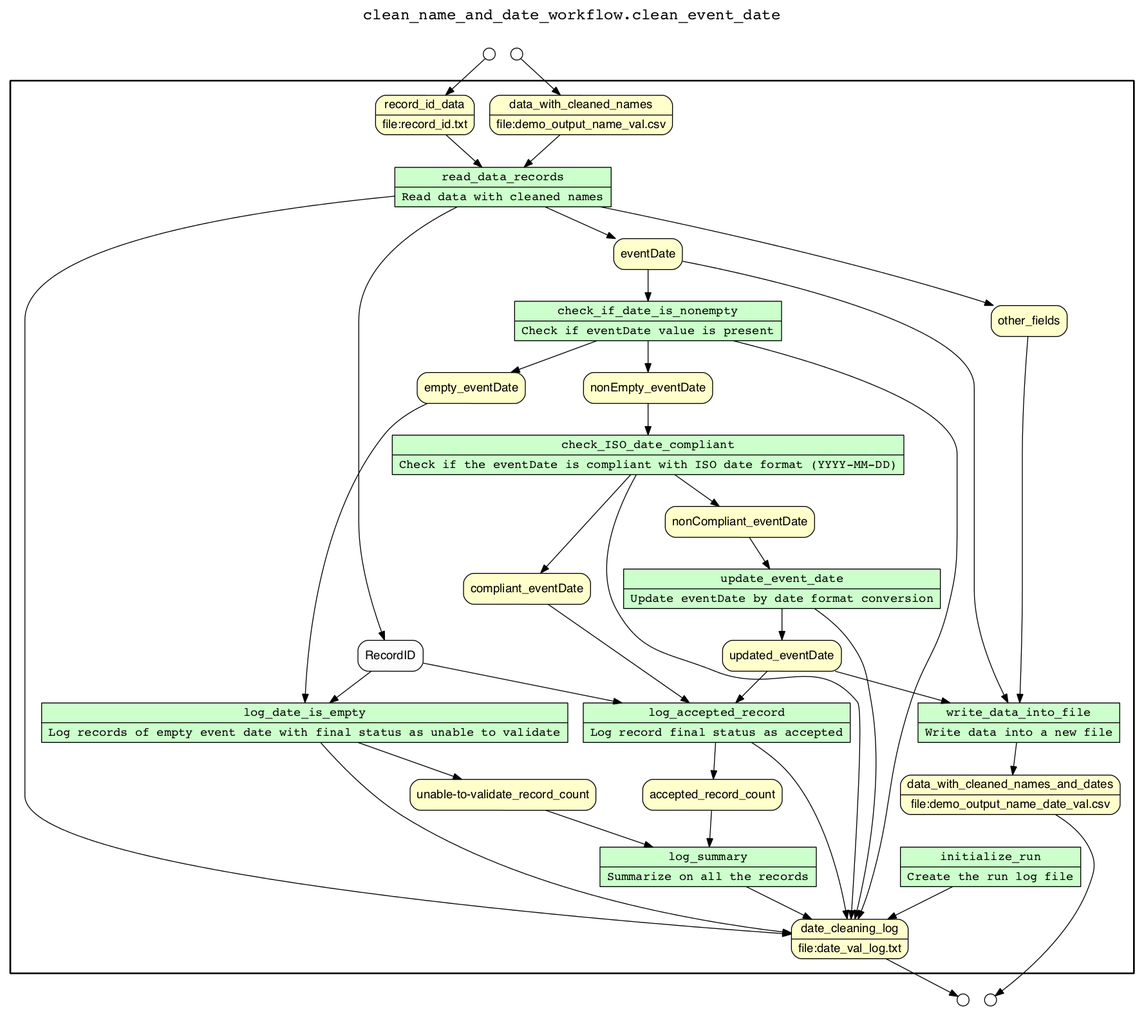
This is examples/clean_name_date/yw/subgraph_date_val.png from ludaesch/kurator-YW, a Graphviz export, as it was before one commit. Its source is kept beside it as examples/clean_name_date/yw/subgraph_date_val.gv.
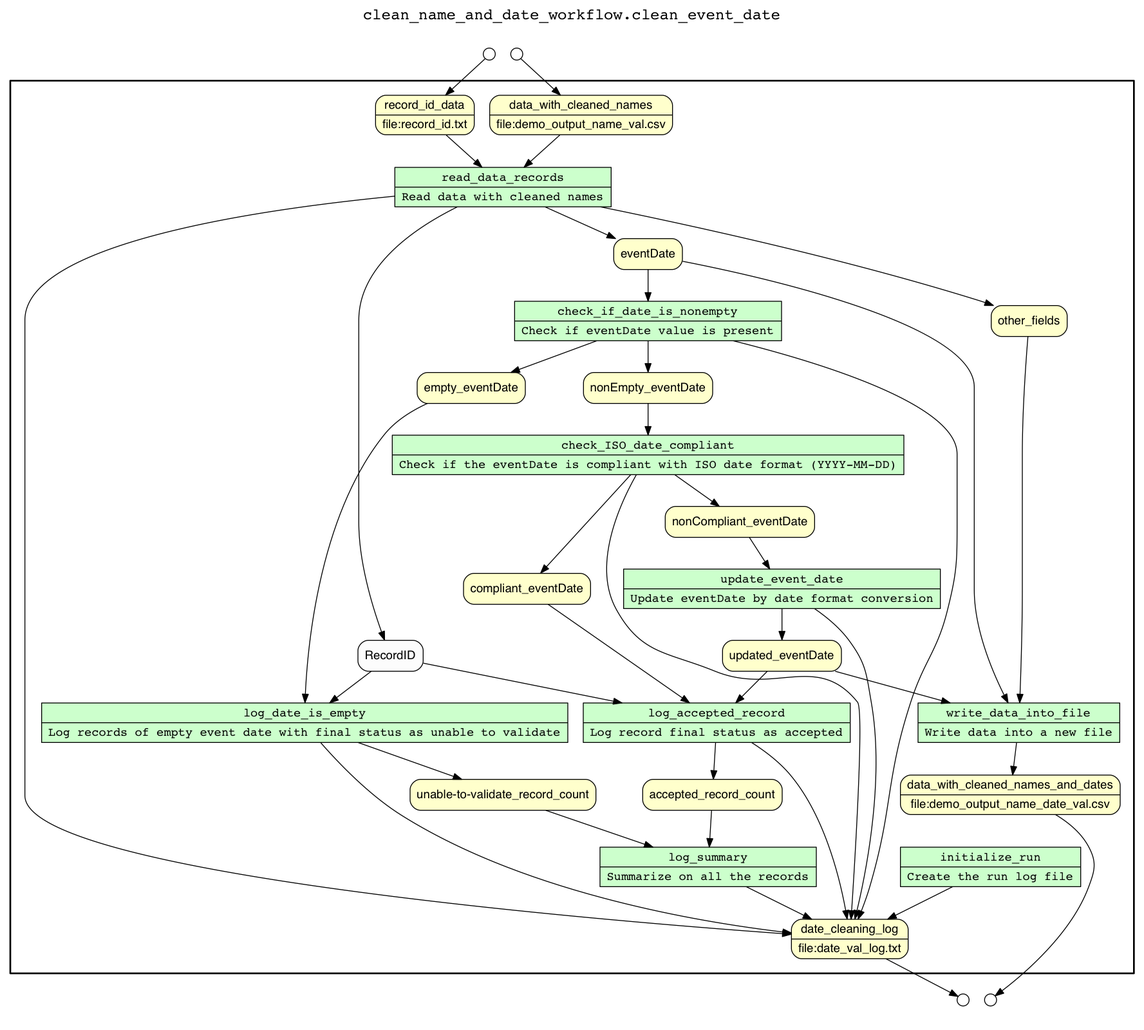
The same diagram one commit later.

Change to the diagram source:
```diff
@@ -1,372 +1,127 @@
+/* Start of top-level graph */
 digraph Workflow {
-	graph [bb="0,0,1325,1192",
-		fontname=Courier,
-		fontsize=18,
-		imagepath="/Users/zqian1/Documents/GitHub/kurator-YW/yw_log-parsing_mannual_DLV_SQL/examples/clean_name_date/yw",
-		label="clean_name_and_date_workflow.clean_event_date",
-		labelloc=t,
-		lheight=0.28,
-		lp="662.5,1178",
-		lwidth=6.76,
-		rankdir=TB
-	];
-	node [label="\N"];
-	subgraph cluster_workflow_box_outer {
-		graph [bb="8,62,1317,1102",
-			color=black,
-			label="",
-			penwidth=2
-		];
-		subgraph cluster_workflow_box_inner {
-			graph [bb="16,70,1309,1094",
-				color=white,
-				label=""
-			];
-			node [fillcolor="#FCFCFC",
-				fontname=Helvetica,
-				peripheries=1,
-				shape=box,
-				style="rounded,filled"
-			];
-			initialize_run			 [fillcolor="#CCFFCC",
-				fontname=Courier,
-				height=0.65278,
-				label="{<f0> initialize_run |<f1> Create the run log file}",
-				peripheries=1,
-				pos="1150,186",
-				rankdir=LR,
-				rects="1045,186,1255,209 1045,163,1255,186",
-				shape=record,
-				style=filled,
-				width=2.9167];
-			date_cleaning_log			 [fillcolor="#FFFFCC",
-				fontname=Helvetica,
-				height=0.65278,
-				label="{<f0> date_cleaning_log |<f1> file\:date_val_log.txt}",
-				peripheries=1,
-				pos="986,102",
-				rankdir=LR,
-				rects="918,102,1054,125 918,79,1054,102",
-				shape=record,
-				style="rounded,filled",
-				width=1.8889];
-			initialize_run -> date_cleaning_log			 [pos="e,1030.1,125.07 1105.6,162.81 1085.1,152.56 1060.6,140.3 1039.1,129.57"];
-			read_data_records			 [fillcolor="#CCFFCC",
-				fontname=Courier,
-				height=0.65278,
-				label="{<f0> read_data_records |<f1> Read data with cleaned names}",
-				peripheries=1,
-				pos="582,978",
-				rankdir=LR,
-				rects="456,978,708,1001 456,955,708,978",
-				shape=record,
-				style=filled,
-				width=3.5];
-			read_data_records -> date_cleaning_log			 [pos="e,917.66,107.57 455.96,967.46 291.65,951.48 25,911.85 25,823 25,823 25,823 25,269 25,179.69 677.89,124.83 907.38,108.3"];
-			eventDate			 [fillcolor="#FFFFCC",
-				fontname=Helvetica,
-				height=0.5,
-				peripheries=1,
-				pos="751,900",
-				shape=box,
-				style="rounded,filled",
-				width=1.1111];
-			read_data_records -> eventDate			 [pos="e,713.16,918.02 631.34,954.81 654.18,944.54 681.2,932.39 703.78,922.23"];
-			other_fields			 [fillcolor="#FFFFCC",
-				fontname=Helvetica,
-				height=0.5,
-				peripheries=1,
-				pos="1195,822",
-				shape=box,
-				style="rounded,filled",
-				width=1.2292];
-			read_data_records -> other_fields			 [pos="e,1153.4,840.06 695.72,954.96 808.59,931.95 985.97,892.73 1136,846 1138.6,845.2 1141.2,844.34 1143.8,843.45"];
-			RecordID			 [fillcolor="#FCFCFC",
-				fontname=Helvetica,
-				height=0.5,
-				peripheries=1,
-				pos="451,432",
-				shape=box,
-				style="rounded,filled",
-				width=1.0556];
-			read_data_records -> RecordID			 [pos="e,444.04,450.23 528.84,954.98 479.62,930.64 414,886.31 414,823 414,823 414,823 414,587 414,541.3 429.6,490.02 440.54,459.68"];
-			check_if_date_is_nonempty			 [fillcolor="#CCFFCC",
-				fontname=Courier,
-				height=0.65278,
-				label="{<f0> check_if_date_is_nonempty |<f1> Check if eventDate value is present}",
-				peripheries=1,
-				pos="751,822",
-				rankdir=LR,
-				rects="595.5,822,906.5,845 595.5,799,906.5,822",
-				shape=record,
-				style=filled,
-				width=4.3125];
-			check_if_date_is_nonempty -> date_cleaning_log			 [pos="e,995.65,125.1 850.32,798.92 956.88,772.29 1111,723.93 1111,667 1111,667 1111,667 1111,587 1111,541.85 1110.9,529.82 1100,486 1087.5,\
-435.86 1072.9,427.17 1057,378 1026.8,284.4 1036.8,256.33 1009,162 1006.3,152.96 1002.9,143.36 999.45,134.58"];
-			empty_eventDate			 [fillcolor="#FFFFCC",
-				fontname=Helvetica,
-				height=0.5,
-				peripheries=1,
-				pos="545,744",
-				shape=box,
-				style="rounded,filled",
-				width=1.75];
-			check_if_date_is_nonempty -> empty_eventDate			 [pos="e,591.24,762.06 691.14,798.92 662.66,788.41 628.81,775.92 600.86,765.61"];
-			nonEmpty_eventDate			 [fillcolor="#FFFFCC",
-				fontname=Helvetica,
-				height=0.5,
-				peripheries=1,
-				pos="751,744",
-				shape=box,
-				style="rounded,filled",
-				width=2.0903];
-			check_if_date_is_nonempty -> nonEmpty_eventDate			 [pos="e,751,762.41 751,798.61 751,790.48 751,781.2 751,772.67"];
-			log_date_is_empty			 [fillcolor="#CCFFCC",
-				fontname=Courier,
-				height=0.65278,
-				label="{<f0> log_date_is_empty |<f1> Log records of empty event date with final status as unable to validate}",
-				peripheries=1,
-				pos="351,354",
-				rankdir=LR,
-				rects="44.5,354,657.5,377 44.5,331,657.5,354",
-				shape=record,
-				style=filled,
-				width=8.5069];
-			log_date_is_empty -> date_cleaning_log			 [pos="e,917.98,109.02 369.75,330.59 390.64,306.83 426.46,269.53 464,246 604.95,157.65 800.6,123.11 907.88,110.2"];
-			"unable-to-validate_record_count"			 [fillcolor="#FFFFCC",
-				fontname=Helvetica,
-				height=0.5,
-				peripheries=1,
-				pos="582,270",
-				shape=box,
-				style="rounded,filled",
-				width=3.0069];
-			log_date_is_empty -> "unable-to-validate_record_count"			 [pos="e,533.97,288.05 413.21,330.92 447.75,318.66 490.43,303.5 524.24,291.5"];
-			check_ISO_date_compliant			 [fillcolor="#CCFFCC",
-				fontname=Courier,
-				height=0.65278,
-				label="{<f0> check_ISO_date_compliant |<f1> Check if the eventDate is compliant with ISO date format (YYYY-MM-DD)}",
-				peripheries=1,
-				pos="751,666",
-				rankdir=LR,
-				rects="453,666,1049,689 453,643,1049,666",
-				shape=record,
-				style=filled,
-				width=8.2778];
-			check_ISO_date_compliant -> date_cleaning_log			 [pos="e,987.5,125.05 737.32,642.9 717.38,607.59 685.64,537.22 714,486 743.21,433.25 773.15,436.73 829,414 898.92,385.55 947.61,436.77 \
-995,378 1002.5,368.69 992.76,205.73 988.16,135.15"];
-			nonCompliant_eventDate			 [fillcolor="#FFFFCC",
-				fontname=Helvetica,
-				height=0.5,
-				peripheries=1,
-				pos="858,588",
-				shape=box,
-				style="rounded,filled",
-				width=2.4167];
-			check_ISO_date_compliant -> nonCompliant_eventDate			 [pos="e,834.04,606.02 782.24,642.81 795.93,633.09 811.98,621.68 825.78,611.88"];
-			compliant_eventDate			 [fillcolor="#FFFFCC",
-				fontname=Helvetica,
-				height=0.5,
-				peripheries=1,
-				pos="610,510",
-				shape=box,
-				style="rounded,filled",
-				width=2.0556];
-			check_ISO_date_compliant -> compliant_eventDate			 [pos="e,625.8,528.26 730.8,642.94 704.79,614.53 659.74,565.33 632.62,535.7"];
-			update_event_date			 [fillcolor="#CCFFCC",
-				fontname=Courier,
-				height=0.65278,
-				label="{<f0> update_event_date |<f1> Update eventDate by date format conversion}",
-				peripheries=1,
-				pos="907,510",
-				rankdir=LR,
-				rects="722.5,510,1091.5,533 722.5,487,1091.5,510",
-				shape=record,
-				style=filled,
-				width=5.1181];
-			update_event_date -> date_cleaning_log			 [pos="e,991.97,125.26 944.96,486.89 959.12,477.1 974.33,464.49 985,450 1005.2,422.61 1005.1,411.51 1011,378 1026.2,290.97 1006.6,186.72 \
-994.37,135.15"];
-			updated_eventDate			 [fillcolor="#FFFFCC",
-				fontname=Helvetica,
-				height=0.5,
-				peripheries=1,
-				pos="907,432",
-				shape=box,
-				style="rounded,filled",
-				width=1.9236];
-			update_event_date -> updated_eventDate			 [pos="e,907,450.41 907,486.61 907,478.48 907,469.2 907,460.67"];
-			log_accepted_record			 [fillcolor="#CCFFCC",
-				fontname=Courier,
-				height=0.65278,
-				label="{<f0> log_accepted_record |<f1> Log record final status as accepted}",
-				peripheries=1,
-				pos="831,354",
-				rankdir=LR,
-				rects="675.5,354,986.5,377 675.5,331,986.5,354",
-				shape=record,
-				style=filled,
-				width=4.3125];
-			log_accepted_record -> date_cleaning_log			 [pos="e,982.96,125.25 871.65,330.92 886.98,321.12 903.67,308.51 916,294 955.65,247.33 973.7,176.25 981.22,135.24"];
-			accepted_record_count			 [fillcolor="#FFFFCC",
-				fontname=Helvetica,
-				height=0.5,
-				peripheries=1,
-				pos="826,270",
-				shape=box,
-				style="rounded,filled",
-				width=2.2569];
-			log_accepted_record -> accepted_record_count			 [pos="e,827.05,288.18 829.63,330.59 829.03,320.67 828.31,308.9 827.67,298.45"];
-			write_data_into_file			 [fillcolor="#CCFFCC",
-				fontname=Courier,
-				height=0.65278,
-				label="{<f0> write_data_into_file |<f1> Write data into a new file}",
-				peripheries=1,
-				pos="1183,354",
-				rankdir=LR,
-				rects="1065.5,354,1300.5,377 1065.5,331,1300.5,354",
-				shape=record,
-				style=filled,
-				width=3.2569];
-			data_with_cleaned_names_and_dates			 [fillcolor="#FFFFCC",
-				fontname=Helvetica,
-				height=0.65278,
-				label="{<f0> data_with_cleaned_names_and_dates |<f1> file\:demo_output_name_date_val.csv}",
-				peripheries=1,
-				pos="1173,270",
-				rankdir=LR,
-				rects="1045,270,1301,293 1045,247,1301,270",
-				shape=record,
-				style="rounded,filled",
-				width=3.5556];
-			write_data_into_file -> data_with_cleaned_names_and_dates			 [pos="e,1175.7,293.1 1180.3,330.59 1179.2,322.12 1178,312.3 1176.9,303.1"];
-			log_summary			 [fillcolor="#CCFFCC",
-				fontname=Courier,
-				height=0.65278,
-				label="{<f0> log_summary |<f1> Summarize on all the records}",
-				peripheries=1,
-				pos="821,186",
-				rankdir=LR,
-				rects="695,186,947,209 695,163,947,186",
-				shape=record,
-				style=filled,
-				width=3.5];
-			log_summary -> date_cleaning_log			 [pos="e,941.6,125.07 865.65,162.81 886.28,152.56 910.94,140.3 932.55,129.57"];
-			data_with_cleaned_names			 [fillcolor="#FFFFCC",
-				fontname=Helvetica,
-				height=0.65278,
-				label="{<f0> data_with_cleaned_names |<f1> file\:demo_output_name_val.csv}",
-				peripheries=1,
-				pos="673,1062",
-				rankdir=LR,
-				rects="566.5,1062,779.5,1085 566.5,1039,779.5,1062",
-				shape=record,
-				style="rounded,filled",
-				width=2.9514];
-			data_with_cleaned_names -> read_data_records			 [pos="e,606.52,1001.1 648.13,1038.6 637.62,1029.1 625.23,1018 614.04,1007.9"];
-			record_id_data			 [fillcolor="#FFFFCC",
-				fontname=Helvetica,
-				height=0.65278,
-				label="{<f0> record_id_data |<f1> file\:record_id.txt}",
-				peripheries=1,
-				pos="491,1062",
-				rankdir=LR,
-				rects="433.5,1062,548.5,1085 433.5,1039,548.5,1062",
-				shape=record,
-				style="rounded,filled",
-				width=1.5903];
-			record_id_data -> read_data_records			 [pos="e,557.48,1001.1 515.87,1038.6 526.38,1029.1 538.77,1018 549.96,1007.9"];
-			eventDate -> check_if_date_is_nonempty			 [pos="e,751,845.09 751,881.75 751,873.86 751,864.25 751,855.1"];
-			eventDate -> write_data_into_file			 [pos="e,1170.4,377.17 791.31,891.58 889.1,872.42 1131,817.7 1131,745 1131,745 1131,745 1131,509 1131,464.69 1150.6,416.81 1165.7,386.4"];
-			empty_eventDate -> log_date_is_empty			 [pos="e,351.32,377.27 493.88,725.96 475.85,717.66 456.87,705.95 444,690 370.17,598.54 354.85,452.38 351.74,387.66"];
-			nonEmpty_eventDate -> check_ISO_date_compliant			 [pos="e,751,689.09 751,725.75 751,717.86 751,708.25 751,699.1"];
-			nonCompliant_eventDate -> update_event_date			 [pos="e,892.76,533.09 869.12,569.75 874.48,561.44 881.07,551.21 887.25,541.63"];
-			updated_eventDate -> log_accepted_record			 [pos="e,853.09,377.09 889.75,413.75 881.01,405.01 870.16,394.16 860.17,384.17"];
-			updated_eventDate -> write_data_into_file			 [pos="e,1102.9,377.05 968.94,413.94 1005.6,403.86 1052.6,390.9 1093.3,379.71"];
-			compliant_eventDate -> log_accepted_record			 [pos="e,799.28,377.1 634.5,491.93 672.29,465.59 745.22,414.77 790.82,383"];
-			other_fields -> write_data_into_file			 [pos="e,1183.9,377.18 1193.5,803.92 1191.2,775.53 1187,716.8 1187,667 1187,667 1187,667 1187,509 1187,467.01 1185.5,418.61 1184.3,387.45"];
-			accepted_record_count -> log_summary			 [pos="e,822.34,209.06 824.94,251.61 824.37,242.2 823.64,230.28 822.97,219.25"];
-			"unable-to-validate_record_count" -> log_summary			 [pos="e,756.7,209.06 631.81,251.91 665.09,240.49 709.45,225.27 746.86,212.44"];
-			RecordID -> log_date_is_empty			 [pos="e,380.07,377.09 428.31,413.75 416.47,404.76 401.69,393.53 388.24,383.3"];
-			RecordID -> log_accepted_record			 [pos="e,720.64,377.07 489.18,423.36 540.51,413.1 634.16,394.37 710.47,379.11"];
-		}
-	}
-	subgraph cluster_output_ports_group_outer {
-		graph [bb="1095,8,1173,54",
-			color=white,
-			label=""
-		];
-		subgraph cluster_output_ports_group_inner {
-			graph [bb="1103,16,1165,46",
-				color=white,
-				label=""
-			];
-			node [fillcolor="#FFFFFF",
-				fontname=Helvetica,
-				peripheries=1,
-				shape=circle,
-				style="rounded,filled",
-				width=0.2
-			];
-			data_with_cleaned_names_and_dates_output_port			 [fillcolor="#FFFFFF",
-				fontname=Helvetica,
-				height=0.19444,
-				label="",
-				peripheries=1,
-				pos="1150,31",
-				shape=circle,
-				style="rounded,filled",
-				width=0.19444];
-			date_cleaning_log_output_port			 [fillcolor="#FFFFFF",
-				fontname=Helvetica,
-				height=0.19444,
-				label="",
-				peripheries=1,
-				pos="1118,31",
-				shape=circle,
-				style="rounded,filled",
-				width=0.19444];
-		}
-	}
-	subgraph cluster_input_ports_group_outer {
-		graph [bb="543,1110,621,1156",
-			color=white,
-			label=""
-		];
-		subgraph cluster_input_ports_group_inner {
-			graph [bb="551,1118,613,1148",
-				color=white,
-				label=""
-			];
-			node [fillcolor="#FFFFFF",
-				fontname=Helvetica,
-				peripheries=1,
-				shape=circle,
-				style="rounded,filled",
-				width=0.2
-			];
-			data_with_cleaned_names_input_port			 [fillcolor="#FFFFFF",
-				fontname=Helvetica,
-				height=0.19444,
-				label="",
-				peripheries=1,
-				pos="598,1133",
-				shape=circle,
-				style="rounded,filled",
-				width=0.19444];
-			record_id_data_input_port			 [fillcolor="#FFFFFF",
-				fontname=Helvetica,
-				height=0.19444,
-				label="",
-				peripheries=1,
-				pos="566,1133",
-				shape=circle,
-				style="rounded,filled",
-				width=0.19444];
-		}
-	}
-	data_with_cleaned_names_and_dates -> data_with_cleaned_names_and_dates_output_port	 [pos="e,1155.3,35.694 1225.6,246.99 1240.7,237.89 1255.5,225.72 1264,210 1274.2,191.26 1271.5,181.97 1264,162 1243.6,107.69 1189,61.278 \
-1163.5,41.8"];
-	date_cleaning_log -> date_cleaning_log_output_port	 [pos="e,1112.2,35.036 1028.1,78.978 1053.9,65.527 1085.2,49.15 1103.2,39.715"];
-	data_with_cleaned_names_input_port -> data_with_cleaned_names	 [pos="e,648.84,1085.2 602.92,1127.5 610.75,1120.3 626.65,1105.6 641.33,1092.1"];
-	record_id_data_input_port -> record_id_data	 [pos="e,515.16,1085.2 561.08,1127.5 553.25,1120.3 537.35,1105.6 522.67,1092.1"];
+rankdir=TB
+
+/* Title for graph */
+fontname=Courier; fontsize=18; labelloc=t
+label="clean_name_and_date_workflow.clean_event_date"
+
+/* Start of double cluster for drawing box around nodes in workflow */
+subgraph cluster_workflow_box_outer { label=""; color=black; penwidth=2
+subgraph cluster_workflow_box_inner { label=""; color=white
+
+/* Style for nodes representing atomic programs in workflow */
+node[shape=box style=filled fillcolor="#CCFFCC" peripheries=1 fontname=Courier]
+
+/* Nodes representing atomic programs in workflow */
+initialize_run [shape=record rankdir=LR label="{<f0> initialize_run |<f1> Create the run log file}"];
+read_data_records [shape=record rankdir=LR label="{<f0> read_data_records |<f1> Read data with cleaned names}"];
+check_if_date_is_nonempty [shape=record rankdir=LR label="{<f0> check_if_date_is_nonempty |<f1> Check if eventDate value is present}"];
+log_date_is_empty [shape=record rankdir=LR label="{<f0> log_date_is_empty |<f1> Log records of empty event date with final status as unable to validate}"];
+check_ISO_date_compliant [shape=record rankdir=LR label="{<f0> check_ISO_date_compliant |<f1> Check if the eventDate is compliant with ISO date format (YYYY-MM-DD)}"];
+update_event_date [shape=record rankdir=LR label="{<f0> update_event_date |<f1> Update eventDate by date format conversion}"];
+log_accepted_record [shape=record rankdir=LR label="{<f0> log_accepted_record |<f1> Log record final status as accepted}"];
+write_data_into_file [shape=record rankdir=LR label="{<f0> write_data_into_file |<f1> Write data into a new file}"];
+log_summary [shape=record rankdir=LR label="{<f0> log_summary |<f1> Summarize on all the records}"];
+
+/* Style for nodes representing non-parameter data channels in workflow */
+node[shape=box style="rounded,filled" fillcolor="#FFFFCC" peripheries=1 fontname=Helvetica]
+
+/* Nodes for non-parameter data channels in workflow */
+data_with_cleaned_names_and_dates [shape=record rankdir=LR label="{<f0> data_with_cleaned_names_and_dates |<f1> file\:demo_output_name_date_val.csv}"];
+date_cleaning_log [shape=record rankdir=LR label="{<f0> date_cleaning_log |<f1> file\:date_val_log.txt}"];
+data_with_cleaned_names [shape=record rankdir=LR label="{<f0> data_with_cleaned_names |<f1> file\:demo_output_name_val.csv}"];
+record_id_data [shape=record rankdir=LR label="{<f0> record_id_data |<f1> file\:record_id.txt}"];
+eventDate
+empty_eventDate
+nonEmpty_eventDate
+nonCompliant_eventDate
+updated_eventDate
+compliant_eventDate
+other_fields
+accepted_record_count
+"unable-to-validate_record_count"
+
+/* Style for nodes representing parameter channels in workflow */
+node[shape=box style="rounded,filled" fillcolor="#FCFCFC" peripheries=1 fontname=Helvetica]
+
+/* Nodes representing parameter channels in workflow */
+RecordID
+
+/* Edges representing connections between programs and channels */
+initialize_run -> date_cleaning_log
+read_data_records -> eventDate
+read_data_records -> RecordID
+read_data_records -> other_fields
+read_data_records -> date_cleaning_log
+data_with_cleaned_names -> read_data_records
+record_id_data -> read_data_records
+check_if_date_is_nonempty -> empty_eventDate
+check_if_date_is_nonempty -> nonEmpty_eventDate
+check_if_date_is_nonempty -> date_cleaning_log
+eventDate -> check_if_date_is_nonempty
+log_date_is_empty -> "unable-to-validate_record_count"
+log_date_is_empty -> date_cleaning_log
+RecordID -> log_date_is_empty
+empty_eventDate -> log_date_is_empty
+check_ISO_date_compliant -> compliant_eventDate
+check_ISO_date_compliant -> nonCompliant_eventDate
+check_ISO_date_compliant -> date_cleaning_log
+nonEmpty_eventDate -> check_ISO_date_compliant
+update_event_date -> updated_eventDate
+update_event_date -> date_cleaning_log
+nonCompliant_eventDate -> update_event_date
+log_accepted_record -> accepted_record_count
+log_accepted_record -> date_cleaning_log
+RecordID -> log_accepted_record
+updated_eventDate -> log_accepted_record
+compliant_eventDate -> log_accepted_record
+write_data_into_file -> data_with_cleaned_names_and_dates
+other_fields -> write_data_into_file
+updated_eventDate -> write_data_into_file
+eventDate -> write_data_into_file
+log_summary -> date_cleaning_log
+accepted_record_count -> log_summary
+"unable-to-validate_record_count" -> log_summary
+
+/* End of double cluster for drawing box around nodes in workflow */
+}}
+
+/* Hidden double-cluster for grouping workflow input ports */
+subgraph cluster_input_ports_group_outer { label=""; color=white
+subgraph cluster_input_ports_group_inner { label=""; color=white
+
+/* Style for nodes representing workflow input ports */
+node[shape=circle style="rounded,filled" fillcolor="#FFFFFF" peripheries=1 fontname=Helvetica width=0.2]
+
+/* Nodes representing workflow input ports */
+data_with_cleaned_names_input_port [label=""]
+record_id_data_input_port [label=""]
+
+/* End of double-cluster for grouping workflow input ports */
+}}
+
+/* Hidden double-cluster for grouping workflow output ports */
+subgraph cluster_output_ports_group_outer { label=""; color=white
+subgraph cluster_output_ports_group_inner { label=""; color=white
+
+/* Style for nodes representing workflow output ports */
+node[shape=circle style="rounded,filled" fillcolor="#FFFFFF" peripheries=1 fontname=Helvetica width=0.2]
+
+/* Nodes representing workflow output ports */
+data_with_cleaned_names_and_dates_output_port [label=""]
+date_cleaning_log_output_port [label=""]
+
+/* End of double-cluster for grouping workflow output ports */
+}}
+
+/* Edges from input ports to channels */
+data_with_cleaned_names_input_port -> data_with_cleaned_names
+record_id_data_input_port -> record_id_data
+
+/* Edges from channels to output ports */
+data_with_cleaned_names_and_dates -> data_with_cleaned_names_and_dates_output_port
+date_cleaning_log -> date_cleaning_log_output_port
+
+/* End of top-level graph */
 }
```
